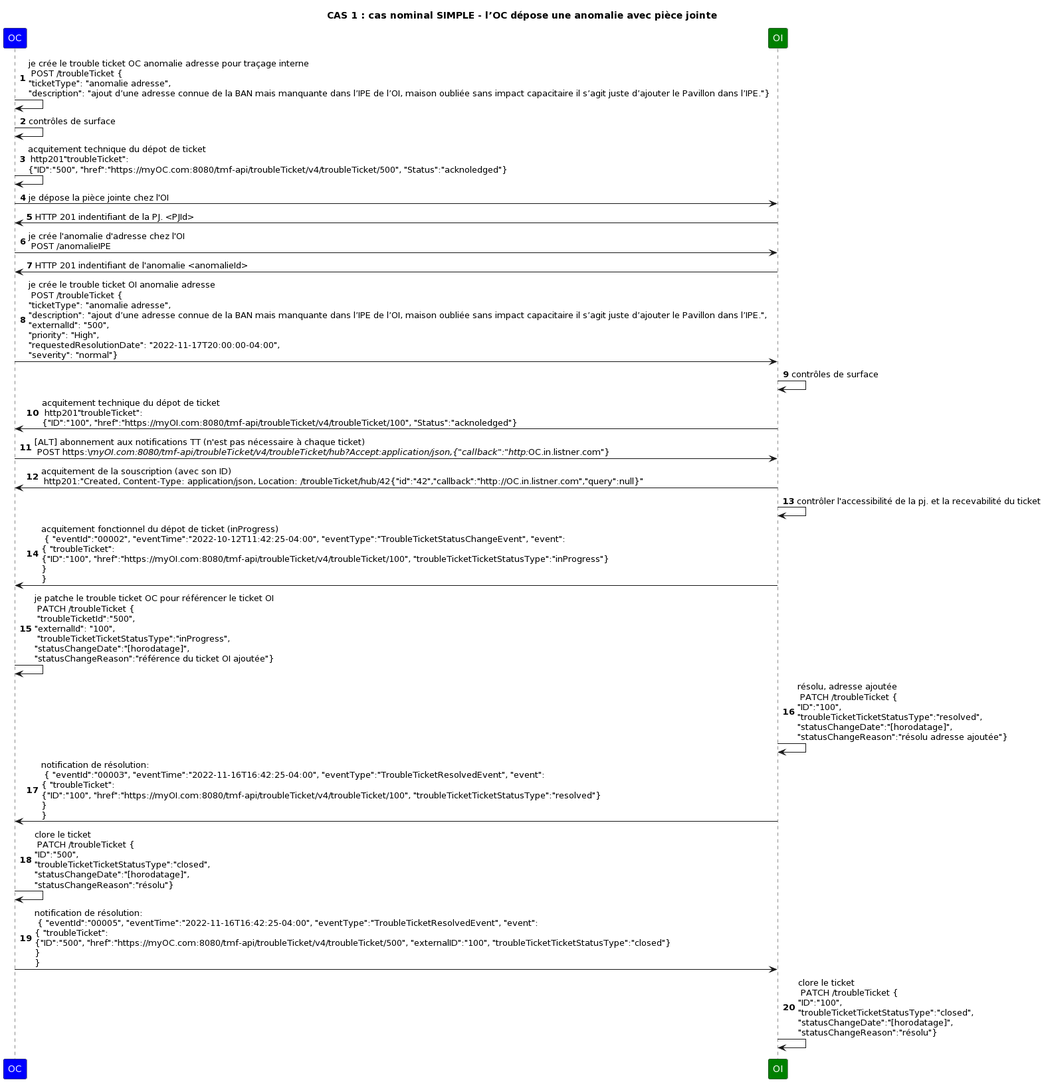
Before: UC1_nominal.png, a diagram exported from PlantUML (before-interop/anomalieAdresse). Source of this version:
```plantuml
@startuml
skinparam ParticipantFontColor automatic

title: CAS 1 : cas nominal SIMPLE - l’OC dépose une anomalie avec pièce jointe

autonumber

participant OC #Blue
participant OI #Green


OC->OC: je crée le trouble ticket OC anomalie adresse pour traçage interne \n POST /troubleTicket {\n"ticketType": "anomalie adresse",\n"description": "ajout d’une adresse connue de la BAN mais manquante dans l’IPE de l’OI, maison oubliée sans impact capacitaire il s’agit juste d’ajouter le Pavillon dans l’IPE."}
OC->OC: contrôles de surface
OC->OC: acquitement technique du dépot de ticket \n http201"troubleTicket": \n{"ID":"500", "href":"https://myOC.com:8080/tmf-api/troubleTicket/v4/troubleTicket/500", "Status":"acknoledged"}

OC->OI: je dépose la pièce jointe chez l'OI
OI->OC: HTTP 201 indentifiant de la PJ. <PJId>
OC->OI: je crée l'anomalie d'adresse chez l'OI \n POST /anomalieIPE
OI->OC: HTTP 201 indentifiant de l'anomalie <anomalieId>


OC->OI: je crée le trouble ticket OI anomalie adresse \n POST /troubleTicket {\n"ticketType": "anomalie adresse",\n"description": "ajout d’une adresse connue de la BAN mais manquante dans l’IPE de l’OI, maison oubliée sans impact capacitaire il s’agit juste d’ajouter le Pavillon dans l’IPE.",\n"externalId": "500",\n"priority": "High",\n"requestedResolutionDate": "2022-11-17T20:00:00-04:00",\n"severity": "normal"}

OI->OI: contrôles de surface

OI->OC: acquitement technique du dépot de ticket \n http201"troubleTicket": \n{"ID":"100", "href":"https://myOI.com:8080/tmf-api/troubleTicket/v4/troubleTicket/100", "Status":"acknoledged"}


OC->OI: [ALT] abonnement aux notifications TT (n'est pas nécessaire à chaque ticket) \n POST https:\//myOI.com:8080/tmf-api/troubleTicket/v4/troubleTicket/hub?Accept:application/json,{"callback":"http://OC.in.listner.com"}

OI->OC: acquitement de la souscription (avec son ID) \n http201:"Created, Content-Type: application/json, Location: /troubleTicket/hub/42{"id":"42","callback":"http://OC.in.listner.com","query":null}"


OI->OI: contrôler l'accessibilité de la pj. et la recevabilité du ticket

OI->OC: acquitement fonctionnel du dépot de ticket (inProgress) \n { "eventId":"00002", "eventTime":"2022-10-12T11:42:25-04:00", "eventType":"TroubleTicketStatusChangeEvent", "event": \n{ "troubleTicket": \n{"ID":"100", "href":"https://myOI.com:8080/tmf-api/troubleTicket/v4/troubleTicket/100", "troubleTicketTicketStatusType":"inProgress"}\n} \n}

OC->OC: je patche le trouble ticket OC pour référencer le ticket OI \n PATCH /troubleTicket {\n "troubleTicketId":"500",\n"externalId": "100",\n "troubleTicketTicketStatusType":"inProgress",\n"statusChangeDate":"[horodatage]",\n"statusChangeReason":"référence du ticket OI ajoutée"}

OI->OI: résolu, adresse ajoutée \n PATCH /troubleTicket {\n"ID":"100",\n"troubleTicketTicketStatusType":"resolved",\n"statusChangeDate":"[horodatage]",\n"statusChangeReason":"résolu adresse ajoutée"}

OI->OC: notification de résolution: \n { "eventId":"00003", "eventTime":"2022-11-16T16:42:25-04:00", "eventType":"TroubleTicketResolvedEvent", "event": \n{ "troubleTicket": \n{"ID":"100", "href":"https://myOI.com:8080/tmf-api/troubleTicket/v4/troubleTicket/100", "troubleTicketTicketStatusType":"resolved"}\n} \n}


OC->OC: clore le ticket \n PATCH /troubleTicket {\n"ID":"500",\n"troubleTicketTicketStatusType":"closed",\n"statusChangeDate":"[horodatage]",\n"statusChangeReason":"résolu"}

OC->OI: notification de résolution: \n { "eventId":"00005", "eventTime":"2022-11-16T16:42:25-04:00", "eventType":"TroubleTicketResolvedEvent", "event": \n{ "troubleTicket": \n{"ID":"500", "href":"https://myOC.com:8080/tmf-api/troubleTicket/v4/troubleTicket/500", "externalID":"100", "troubleTicketTicketStatusType":"closed"}\n} \n}



OI->OI: clore le ticket \n PATCH /troubleTicket {\n"ID":"100",\n"troubleTicketTicketStatusType":"closed",\n"statusChangeDate":"[horodatage]",\n"statusChangeReason":"résolu"}
@enduml
```
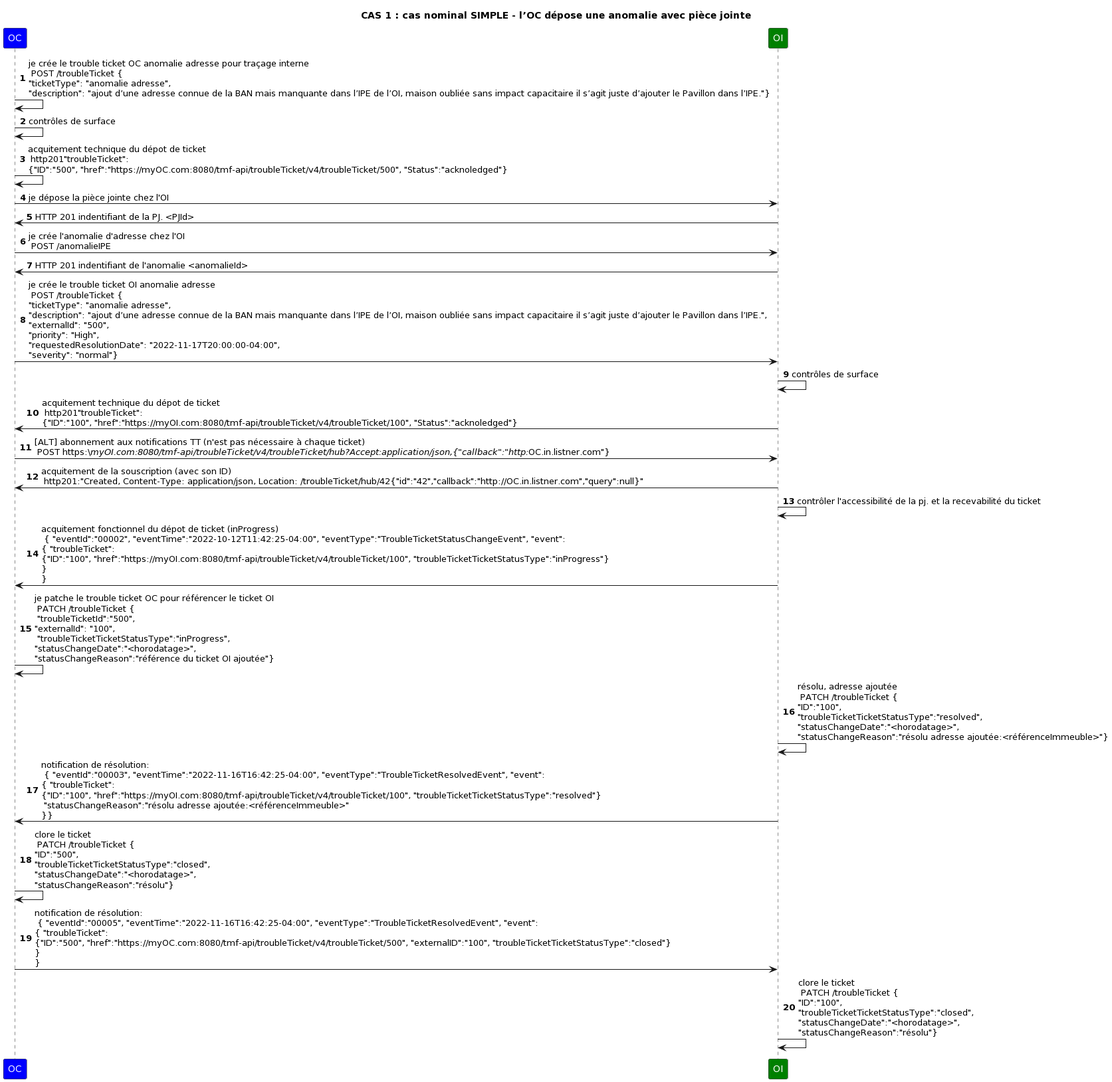
Above is the later version.

Commit message:
ajout référence immeuble dans séq 16 & 17

Diff of the diagram source:
```diff
@@ -35,18 +35,18 @@
 
 OI->OC: acquitement fonctionnel du dépot de ticket (inProgress) \n { "eventId":"00002", "eventTime":"2022-10-12T11:42:25-04:00", "eventType":"TroubleTicketStatusChangeEvent", "event": \n{ "troubleTicket": \n{"ID":"100", "href":"https://myOI.com:8080/tmf-api/troubleTicket/v4/troubleTicket/100", "troubleTicketTicketStatusType":"inProgress"}\n} \n}
 
-OC->OC: je patche le trouble ticket OC pour référencer le ticket OI \n PATCH /troubleTicket {\n "troubleTicketId":"500",\n"externalId": "100",\n "troubleTicketTicketStatusType":"inProgress",\n"statusChangeDate":"[horodatage]",\n"statusChangeReason":"référence du ticket OI ajoutée"}
+OC->OC: je patche le trouble ticket OC pour référencer le ticket OI \n PATCH /troubleTicket {\n "troubleTicketId":"500",\n"externalId": "100",\n "troubleTicketTicketStatusType":"inProgress",\n"statusChangeDate":"<horodatage>",\n"statusChangeReason":"référence du ticket OI ajoutée"}
 
-OI->OI: résolu, adresse ajoutée \n PATCH /troubleTicket {\n"ID":"100",\n"troubleTicketTicketStatusType":"resolved",\n"statusChangeDate":"[horodatage]",\n"statusChangeReason":"résolu adresse ajoutée"}
+OI->OI: résolu, adresse ajoutée \n PATCH /troubleTicket {\n"ID":"100",\n"troubleTicketTicketStatusType":"resolved",\n"statusChangeDate":"<horodatage>",\n"statusChangeReason":"résolu adresse ajoutée:<référenceImmeuble>"}
 
-OI->OC: notification de résolution: \n { "eventId":"00003", "eventTime":"2022-11-16T16:42:25-04:00", "eventType":"TroubleTicketResolvedEvent", "event": \n{ "troubleTicket": \n{"ID":"100", "href":"https://myOI.com:8080/tmf-api/troubleTicket/v4/troubleTicket/100", "troubleTicketTicketStatusType":"resolved"}\n} \n}
+OI->OC: notification de résolution: \n { "eventId":"00003", "eventTime":"2022-11-16T16:42:25-04:00", "eventType":"TroubleTicketResolvedEvent", "event": \n{ "troubleTicket": \n{"ID":"100", "href":"https://myOI.com:8080/tmf-api/troubleTicket/v4/troubleTicket/100", "troubleTicketTicketStatusType":"resolved"}\n "statusChangeReason":"résolu adresse ajoutée:<référenceImmeuble>"\n}}
 
 
-OC->OC: clore le ticket \n PATCH /troubleTicket {\n"ID":"500",\n"troubleTicketTicketStatusType":"closed",\n"statusChangeDate":"[horodatage]",\n"statusChangeReason":"résolu"}
+OC->OC: clore le ticket \n PATCH /troubleTicket {\n"ID":"500",\n"troubleTicketTicketStatusType":"closed",\n"statusChangeDate":"<horodatage>",\n"statusChangeReason":"résolu"}
 
 OC->OI: notification de résolution: \n { "eventId":"00005", "eventTime":"2022-11-16T16:42:25-04:00", "eventType":"TroubleTicketResolvedEvent", "event": \n{ "troubleTicket": \n{"ID":"500", "href":"https://myOC.com:8080/tmf-api/troubleTicket/v4/troubleTicket/500", "externalID":"100", "troubleTicketTicketStatusType":"closed"}\n} \n}
 
 
 
-OI->OI: clore le ticket \n PATCH /troubleTicket {\n"ID":"100",\n"troubleTicketTicketStatusType":"closed",\n"statusChangeDate":"[horodatage]",\n"statusChangeReason":"résolu"}
+OI->OI: clore le ticket \n PATCH /troubleTicket {\n"ID":"100",\n"troubleTicketTicketStatusType":"closed",\n"statusChangeDate":"<horodatage>",\n"statusChangeReason":"résolu"}
 @enduml
```
